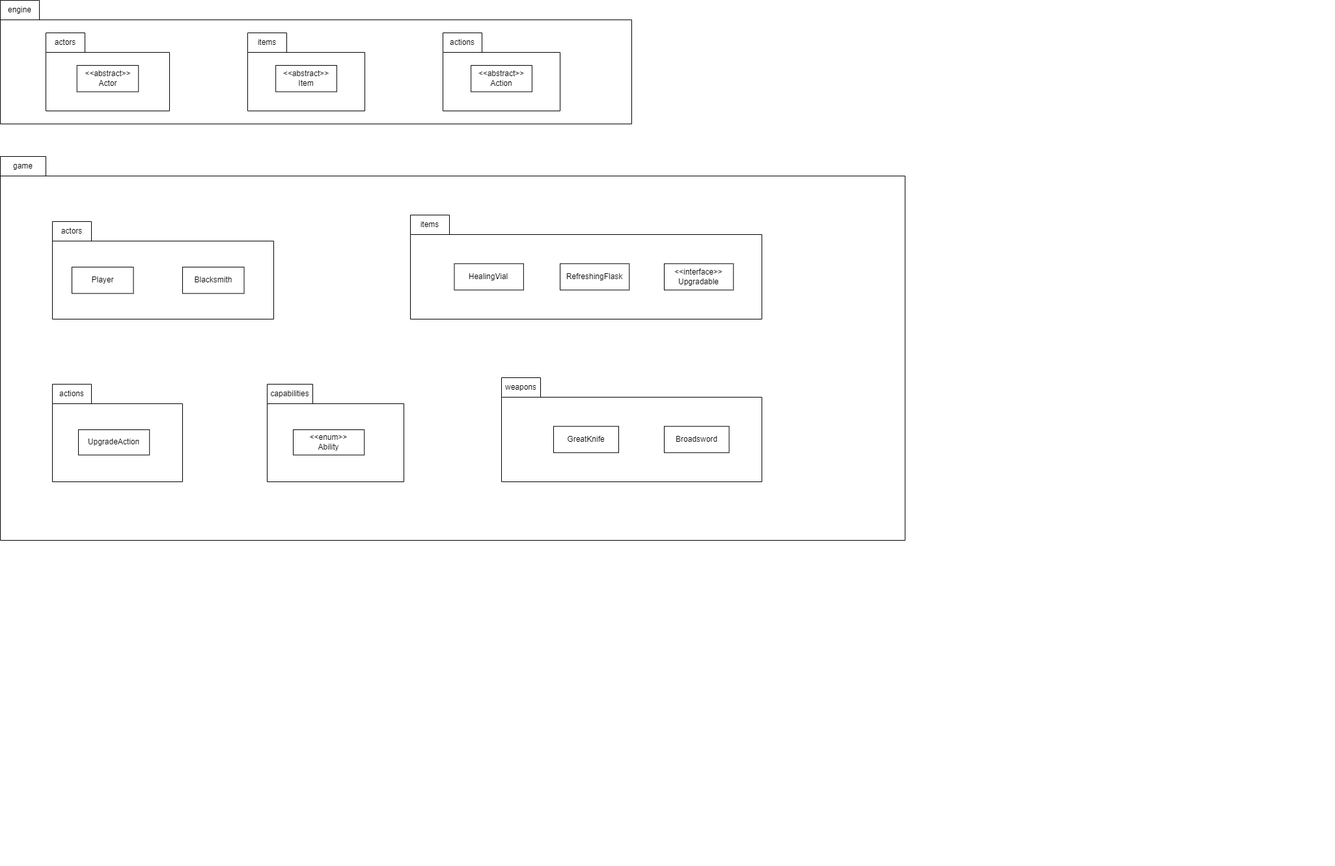
Before: docs/design.assignment3/REQ2.png, a diagram exported from draw.io (DesmondChongQiXiang/FIT2099). Source tidied: cells renumbered, new cells last; positions are measured from the earlier drawing's top-left corner, leaving out a move shared by most shapes.
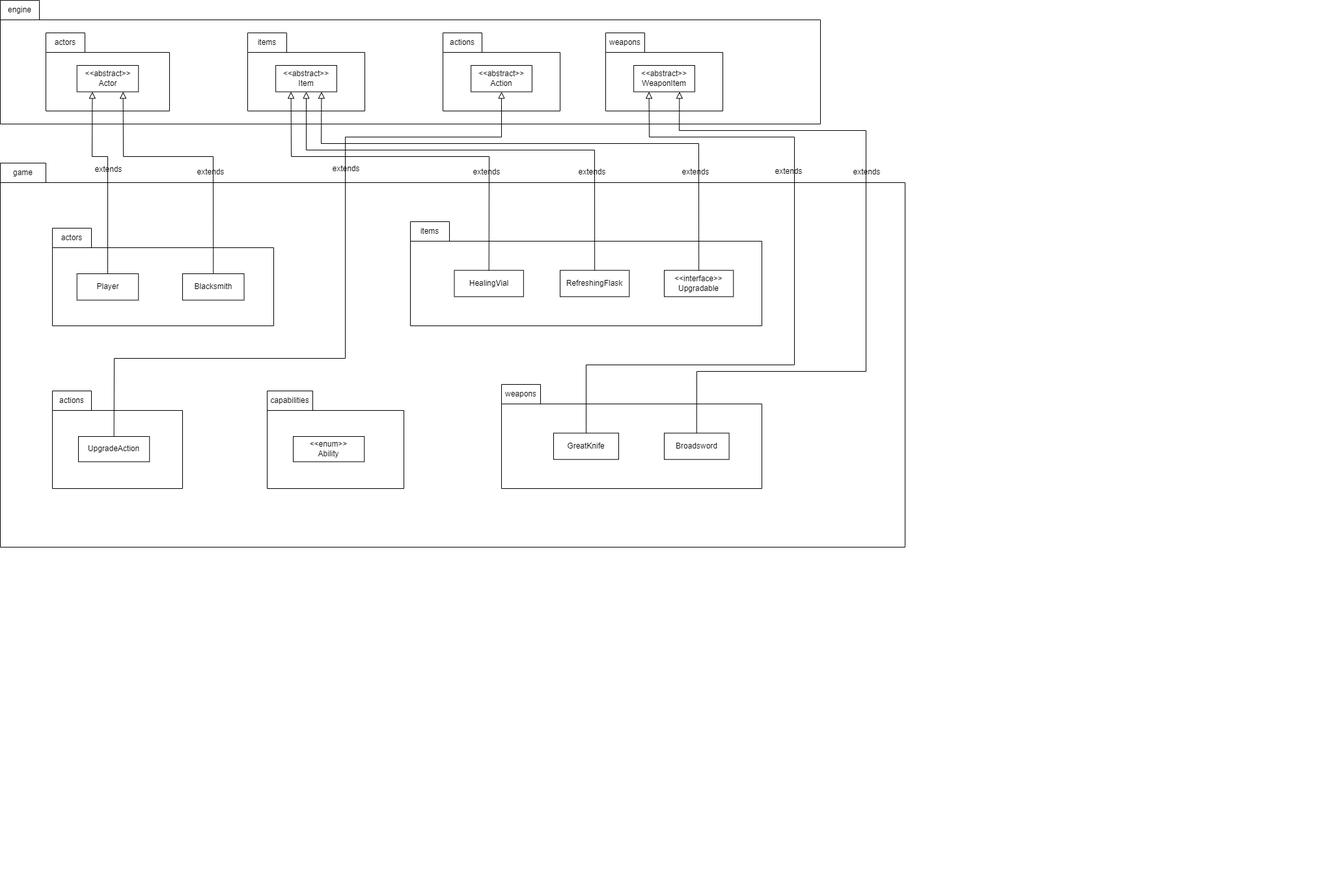
The same diagram one commit later.

Commit message:
REQ2 (Add UML diagram completed 70%)

Change to the diagram source:
```diff
@@ -6,13 +6,49 @@
       <mxGeometry width="1750" height="250" as="geometry" />
     </mxCell>
     <mxCell id="3" style="shape=folder;fontStyle=1;spacingTop=10;tabWidth=60;tabHeight=30;tabPosition=left;html=1;whiteSpace=wrap;" parent="2" vertex="1">
-      <mxGeometry width="970" height="190" as="geometry" />
+      <mxGeometry y="-10" width="1260" height="190" as="geometry" />
     </mxCell>
     <mxCell id="4" value="engine" style="text;html=1;strokeColor=none;fillColor=none;align=center;verticalAlign=middle;whiteSpace=wrap;rounded=0;" parent="2" vertex="1">
-      <mxGeometry width="60" height="30" as="geometry" />
+      <mxGeometry y="-10" width="60" height="30" as="geometry" />
     </mxCell>
+    <mxCell id="44" style="group;" parent="2" vertex="1">
+      <mxGeometry x="930" y="40" width="210" height="120" as="geometry" />
+    </mxCell>
+    <mxCell id="45" style="shape=folder;fontStyle=1;spacingTop=10;tabWidth=60;tabHeight=30;tabPosition=left;html=1;whiteSpace=wrap;" parent="44" vertex="1">
+      <mxGeometry width="180" height="120" as="geometry" />
+    </mxCell>
+    <mxCell id="46" value="weapons" style="text;html=1;strokeColor=none;fillColor=none;align=center;verticalAlign=middle;whiteSpace=wrap;rounded=0;" parent="44" vertex="1">
+      <mxGeometry width="60" height="30" as="geometry" />
+    </mxCell>
+    <mxCell id="47" value="&amp;lt;&amp;lt;abstract&amp;gt;&amp;gt;&lt;br&gt;WeaponItem" style="html=1;whiteSpace=wrap;" parent="44" vertex="1">
+      <mxGeometry x="43.1" y="50" width="93.8" height="40.5" as="geometry" />
+    </mxCell>
+    <mxCell id="13" style="group;" parent="2" vertex="1">
+      <mxGeometry x="680" y="40" width="210" height="120" as="geometry" />
+    </mxCell>
+    <mxCell id="14" style="shape=folder;fontStyle=1;spacingTop=10;tabWidth=60;tabHeight=30;tabPosition=left;html=1;whiteSpace=wrap;" parent="13" vertex="1">
+      <mxGeometry width="180" height="120" as="geometry" />
+    </mxCell>
+    <mxCell id="15" value="actions" style="text;html=1;strokeColor=none;fillColor=none;align=center;verticalAlign=middle;whiteSpace=wrap;rounded=0;" parent="13" vertex="1">
+      <mxGeometry width="60" height="30" as="geometry" />
+    </mxCell>
+    <mxCell id="16" value="&amp;lt;&amp;lt;abstract&amp;gt;&amp;gt;&lt;br&gt;Action" style="html=1;whiteSpace=wrap;" parent="13" vertex="1">
+      <mxGeometry x="43.1" y="50" width="93.8" height="40.5" as="geometry" />
+    </mxCell>
+    <mxCell id="9" style="group;" parent="2" vertex="1">
+      <mxGeometry x="380" y="40" width="210" height="120" as="geometry" />
+    </mxCell>
+    <mxCell id="10" style="shape=folder;fontStyle=1;spacingTop=10;tabWidth=60;tabHeight=30;tabPosition=left;html=1;whiteSpace=wrap;" parent="9" vertex="1">
+      <mxGeometry width="180" height="120" as="geometry" />
+    </mxCell>
+    <mxCell id="11" value="items" style="text;html=1;strokeColor=none;fillColor=none;align=center;verticalAlign=middle;whiteSpace=wrap;rounded=0;" parent="9" vertex="1">
+      <mxGeometry width="60" height="30" as="geometry" />
+    </mxCell>
+    <mxCell id="12" value="&amp;lt;&amp;lt;abstract&amp;gt;&amp;gt;&lt;br&gt;Item" style="html=1;whiteSpace=wrap;" parent="9" vertex="1">
+      <mxGeometry x="43.1" y="50" width="93.8" height="40.5" as="geometry" />
+    </mxCell>
     <mxCell id="5" style="group;" parent="2" vertex="1">
-      <mxGeometry x="70" y="50" width="310" height="120" as="geometry" />
+      <mxGeometry x="70" y="40" width="310" height="120" as="geometry" />
     </mxCell>
     <mxCell id="6" style="shape=folder;fontStyle=1;spacingTop=10;tabWidth=60;tabHeight=30;tabPosition=left;html=1;whiteSpace=wrap;" parent="5" vertex="1">
       <mxGeometry width="190" height="120" as="geometry" />
@@ -23,30 +59,6 @@
     <mxCell id="8" value="&amp;lt;&amp;lt;abstract&amp;gt;&amp;gt;&lt;br&gt;Actor" style="html=1;whiteSpace=wrap;" parent="5" vertex="1">
       <mxGeometry x="47.7" y="50" width="94.5" height="40.5" as="geometry" />
     </mxCell>
-    <mxCell id="9" style="group;" parent="2" vertex="1">
-      <mxGeometry x="380" y="50" width="210" height="120" as="geometry" />
-    </mxCell>
-    <mxCell id="10" style="shape=folder;fontStyle=1;spacingTop=10;tabWidth=60;tabHeight=30;tabPosition=left;html=1;whiteSpace=wrap;" parent="9" vertex="1">
-      <mxGeometry width="180" height="120" as="geometry" />
-    </mxCell>
-    <mxCell id="11" value="items" style="text;html=1;strokeColor=none;fillColor=none;align=center;verticalAlign=middle;whiteSpace=wrap;rounded=0;" parent="9" vertex="1">
-      <mxGeometry width="60" height="30" as="geometry" />
-    </mxCell>
-    <mxCell id="12" value="&amp;lt;&amp;lt;abstract&amp;gt;&amp;gt;&lt;br&gt;Item" style="html=1;whiteSpace=wrap;" parent="9" vertex="1">
-      <mxGeometry x="43.1" y="50" width="93.8" height="40.5" as="geometry" />
-    </mxCell>
-    <mxCell id="13" style="group;" parent="2" vertex="1">
-      <mxGeometry x="680" y="50" width="210" height="120" as="geometry" />
-    </mxCell>
-    <mxCell id="14" style="shape=folder;fontStyle=1;spacingTop=10;tabWidth=60;tabHeight=30;tabPosition=left;html=1;whiteSpace=wrap;" parent="13" vertex="1">
-      <mxGeometry width="180" height="120" as="geometry" />
-    </mxCell>
-    <mxCell id="15" value="actions" style="text;html=1;strokeColor=none;fillColor=none;align=center;verticalAlign=middle;whiteSpace=wrap;rounded=0;" parent="13" vertex="1">
-      <mxGeometry width="60" height="30" as="geometry" />
-    </mxCell>
-    <mxCell id="16" value="&amp;lt;&amp;lt;abstract&amp;gt;&amp;gt;&lt;br&gt;Action" style="html=1;whiteSpace=wrap;" parent="13" vertex="1">
-      <mxGeometry x="43.1" y="50" width="93.8" height="40.5" as="geometry" />
-    </mxCell>
     <mxCell id="17" style="group;" parent="1" vertex="1">
       <mxGeometry y="240" width="2050" height="1090" as="geometry" />
     </mxCell>
@@ -66,7 +78,7 @@
       <mxGeometry width="60" height="30" as="geometry" />
     </mxCell>
     <mxCell id="23" value="Player" style="html=1;whiteSpace=wrap;" parent="20" vertex="1">
-      <mxGeometry x="30" y="70" width="94.5" height="40.5" as="geometry" />
+      <mxGeometry x="37.7" y="70" width="94.5" height="40.5" as="geometry" />
     </mxCell>
     <mxCell id="24" value="Blacksmith" style="html=1;whiteSpace=wrap;" parent="20" vertex="1">
       <mxGeometry x="200" y="70" width="94.5" height="40.5" as="geometry" />
@@ -128,5 +140,115 @@
     <mxCell id="43" value="UpgradeAction" style="html=1;whiteSpace=wrap;" parent="40" vertex="1">
       <mxGeometry x="40" y="70" width="109.2" height="38.8" as="geometry" />
     </mxCell>
+    <mxCell id="48" style="endArrow=block;html=1;rounded=0;align=center;verticalAlign=bottom;endFill=0;labelBackgroundColor=none;endSize=8;entryX=0.25;entryY=1;entryDx=0;entryDy=0;exitX=0.5;exitY=0;exitDx=0;exitDy=0;" parent="1" edge="1" source="23" target="8">
+      <mxGeometry relative="1" as="geometry">
+        <Array as="points">
+          <mxPoint x="165" y="230" />
+          <mxPoint x="141" y="230" />
+        </Array>
+      </mxGeometry>
+    </mxCell>
+    <mxCell id="49" value="extends" style="html=1;align=center;verticalAlign=top;labelBackgroundColor=none;" parent="48" vertex="1">
+      <mxGeometry relative="1" as="geometry">
+        <mxPoint y="-23" as="offset" />
+      </mxGeometry>
+    </mxCell>
+    <mxCell id="50" style="endArrow=block;html=1;rounded=0;align=center;verticalAlign=bottom;endFill=0;labelBackgroundColor=none;endSize=8;entryX=0.75;entryY=1;entryDx=0;entryDy=0;exitX=0.5;exitY=0;exitDx=0;exitDy=0;" parent="1" edge="1" source="24" target="8">
+      <mxGeometry relative="1" as="geometry">
+        <Array as="points">
+          <mxPoint x="327" y="230" />
+          <mxPoint x="189" y="230" />
+        </Array>
+      </mxGeometry>
+    </mxCell>
+    <mxCell id="51" value="extends" style="html=1;align=center;verticalAlign=top;labelBackgroundColor=none;" parent="50" vertex="1">
+      <mxGeometry relative="1" as="geometry">
+        <mxPoint x="24" y="10" as="offset" />
+      </mxGeometry>
+    </mxCell>
+    <mxCell id="52" style="endArrow=block;html=1;rounded=0;align=center;verticalAlign=bottom;endFill=0;labelBackgroundColor=none;endSize=8;entryX=0.25;entryY=1;entryDx=0;entryDy=0;exitX=0.5;exitY=0;exitDx=0;exitDy=0;" parent="1" edge="1" source="28" target="12">
+      <mxGeometry relative="1" as="geometry">
+        <Array as="points">
+          <mxPoint x="751" y="230" />
+          <mxPoint x="447" y="230" />
+        </Array>
+      </mxGeometry>
+    </mxCell>
+    <mxCell id="53" value="extends" style="html=1;align=center;verticalAlign=top;labelBackgroundColor=none;" parent="52" vertex="1">
+      <mxGeometry relative="1" as="geometry">
+        <mxPoint x="109" y="10" as="offset" />
+      </mxGeometry>
+    </mxCell>
+    <mxCell id="54" style="endArrow=block;html=1;rounded=0;align=center;verticalAlign=bottom;endFill=0;labelBackgroundColor=none;endSize=8;entryX=0.5;entryY=1;entryDx=0;entryDy=0;exitX=0.5;exitY=0;exitDx=0;exitDy=0;" parent="1" edge="1" source="29" target="12">
+      <mxGeometry relative="1" as="geometry">
+        <Array as="points">
+          <mxPoint x="913" y="220" />
+          <mxPoint x="470" y="220" />
+        </Array>
+      </mxGeometry>
+    </mxCell>
+    <mxCell id="55" value="extends" style="html=1;align=center;verticalAlign=top;labelBackgroundColor=none;" parent="54" vertex="1">
+      <mxGeometry relative="1" as="geometry">
+        <mxPoint x="169" y="20" as="offset" />
+      </mxGeometry>
+    </mxCell>
+    <mxCell id="56" style="endArrow=block;html=1;rounded=0;align=center;verticalAlign=bottom;endFill=0;labelBackgroundColor=none;endSize=8;entryX=0.75;entryY=1;entryDx=0;entryDy=0;exitX=0.5;exitY=0;exitDx=0;exitDy=0;" parent="1" edge="1" source="30" target="12">
+      <mxGeometry relative="1" as="geometry">
+        <Array as="points">
+          <mxPoint x="1073" y="210" />
+          <mxPoint x="493" y="210" />
+        </Array>
+      </mxGeometry>
+    </mxCell>
+    <mxCell id="57" value="extends" style="html=1;align=center;verticalAlign=top;labelBackgroundColor=none;" parent="56" vertex="1">
+      <mxGeometry relative="1" as="geometry">
+        <mxPoint x="227" y="30" as="offset" />
+      </mxGeometry>
+    </mxCell>
+    <mxCell id="58" style="endArrow=block;html=1;rounded=0;align=center;verticalAlign=bottom;endFill=0;labelBackgroundColor=none;endSize=8;entryX=0.5;entryY=1;entryDx=0;entryDy=0;exitX=0.5;exitY=0;exitDx=0;exitDy=0;" parent="1" edge="1" source="43" target="16">
+      <mxGeometry relative="1" as="geometry">
+        <Array as="points">
+          <mxPoint x="175" y="540" />
+          <mxPoint x="530" y="540" />
+          <mxPoint x="530" y="200" />
+          <mxPoint x="770" y="200" />
+        </Array>
+      </mxGeometry>
+    </mxCell>
+    <mxCell id="59" value="extends" style="html=1;align=center;verticalAlign=top;labelBackgroundColor=none;" parent="58" vertex="1">
+      <mxGeometry relative="1" as="geometry">
+        <mxPoint y="-217" as="offset" />
+      </mxGeometry>
+    </mxCell>
+    <mxCell id="60" style="endArrow=block;html=1;rounded=0;align=center;verticalAlign=bottom;endFill=0;labelBackgroundColor=none;endSize=8;entryX=0.25;entryY=1;entryDx=0;entryDy=0;exitX=0.5;exitY=0;exitDx=0;exitDy=0;" parent="1" edge="1" source="34" target="47">
+      <mxGeometry relative="1" as="geometry">
+        <Array as="points">
+          <mxPoint x="900" y="550" />
+          <mxPoint x="1220" y="550" />
+          <mxPoint x="1220" y="200" />
+          <mxPoint x="997" y="200" />
+        </Array>
+      </mxGeometry>
+    </mxCell>
+    <mxCell id="61" value="extends" style="html=1;align=center;verticalAlign=top;labelBackgroundColor=none;" parent="60" vertex="1">
+      <mxGeometry relative="1" as="geometry">
+        <mxPoint x="-10" y="-201" as="offset" />
+      </mxGeometry>
+    </mxCell>
+    <mxCell id="62" style="endArrow=block;html=1;rounded=0;align=center;verticalAlign=bottom;endFill=0;labelBackgroundColor=none;endSize=8;entryX=0.75;entryY=1;entryDx=0;entryDy=0;exitX=0.5;exitY=0;exitDx=0;exitDy=0;" parent="1" edge="1" source="35" target="47">
+      <mxGeometry relative="1" as="geometry">
+        <Array as="points">
+          <mxPoint x="1070" y="560" />
+          <mxPoint x="1330" y="560" />
+          <mxPoint x="1330" y="190" />
+          <mxPoint x="1043" y="190" />
+        </Array>
+      </mxGeometry>
+    </mxCell>
+    <mxCell id="63" value="extends" style="html=1;align=center;verticalAlign=top;labelBackgroundColor=none;" parent="62" vertex="1">
+      <mxGeometry relative="1" as="geometry">
+        <mxPoint y="-139" as="offset" />
+      </mxGeometry>
+    </mxCell>
   </root>
 </mxGraphModel>
```
